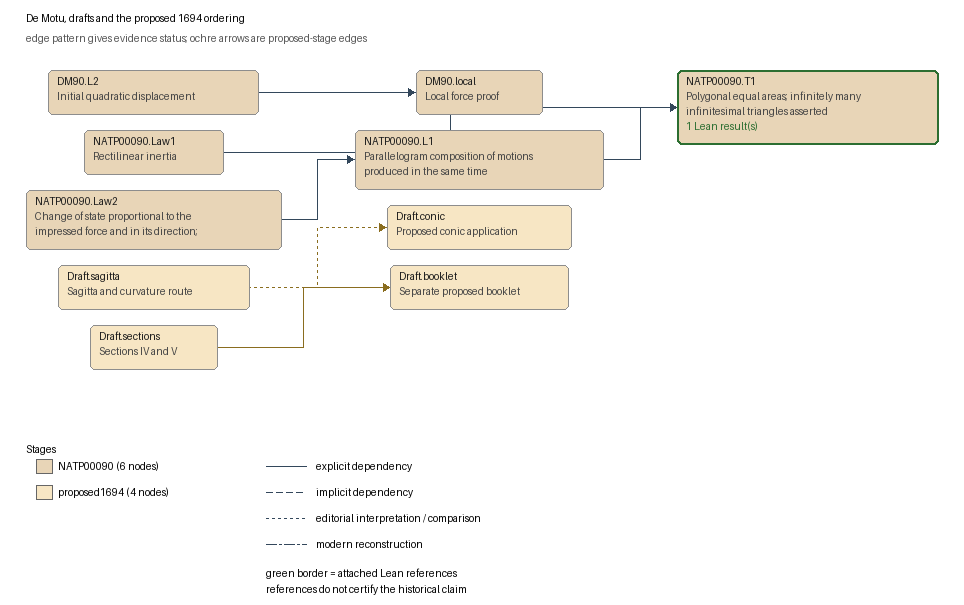
This is docs/graphs/proof-drafts.png from arivero/newtonlean, a Graphviz export, as it was before one commit. Its source is kept beside it as docs/graphs/proof-drafts.dot. Source of this version:
```dot
digraph proof-drafts {
  rankdir=LR;
  node [shape=box, style="rounded,filled"];
  "DM90.L2" [label="DM90.L2\nInitial quadratic displacement", fillcolor="#e8d5b7", color="#8d8d8d", penwidth=1];
  "DM90.local" [label="DM90.local\nLocal force proof", fillcolor="#e8d5b7", color="#8d8d8d", penwidth=1];
  "Draft.booklet" [label="Draft.booklet\nSeparate proposed booklet", fillcolor="#f7e6c4", color="#8d8d8d", penwidth=1];
  "Draft.conic" [label="Draft.conic\nProposed conic application", fillcolor="#f7e6c4", color="#8d8d8d", penwidth=1];
  "Draft.sagitta" [label="Draft.sagitta\nSagitta and curvature route", fillcolor="#f7e6c4", color="#8d8d8d", penwidth=1];
  "Draft.sections" [label="Draft.sections\nSections IV and V", fillcolor="#f7e6c4", color="#8d8d8d", penwidth=1];
  "NATP00090.L1" [label="NATP00090.L1\nParallelogram composition of motions\nproduced in the same time", fillcolor="#e8d5b7", color="#8d8d8d", penwidth=1];
  "NATP00090.Law1" [label="NATP00090.Law1\nRectilinear inertia", fillcolor="#e8d5b7", color="#8d8d8d", penwidth=1];
  "NATP00090.Law2" [label="NATP00090.Law2\nChange of state proportional to the\nimpressed force and in its direction;", fillcolor="#e8d5b7", color="#8d8d8d", penwidth=1];
  "NATP00090.T1" [label="NATP00090.T1\nPolygonal equal areas; infinitely many\ninfinitesimal triangles asserted\n1 Lean result(s)", fillcolor="#e8d5b7", color="#2c6e31", penwidth=2];
  "NATP00090.Law1" -> "NATP00090.T1" [style=solid, label="proof dependency: explicit_dependency", fontsize=9];
  "NATP00090.L1" -> "NATP00090.T1" [style=solid, label="proof dependency: explicit_dependency", fontsize=9];
  "DM90.L2" -> "DM90.local" [style=solid, label="proof dependency: explicit_dependency", fontsize=9];
  "NATP00090.Law2" -> "NATP00090.L1" [style=solid, label="proof dependency: explicit_dependency", fontsize=9];
  "Draft.sections" -> "Draft.booklet" [style=solid, label="proposed reordering: explicit_dependency", fontsize=9];
  "Draft.sagitta" -> "Draft.conic" [style=dotted, label="proposed dependency: editorial_interpretation", fontsize=9];
}
```
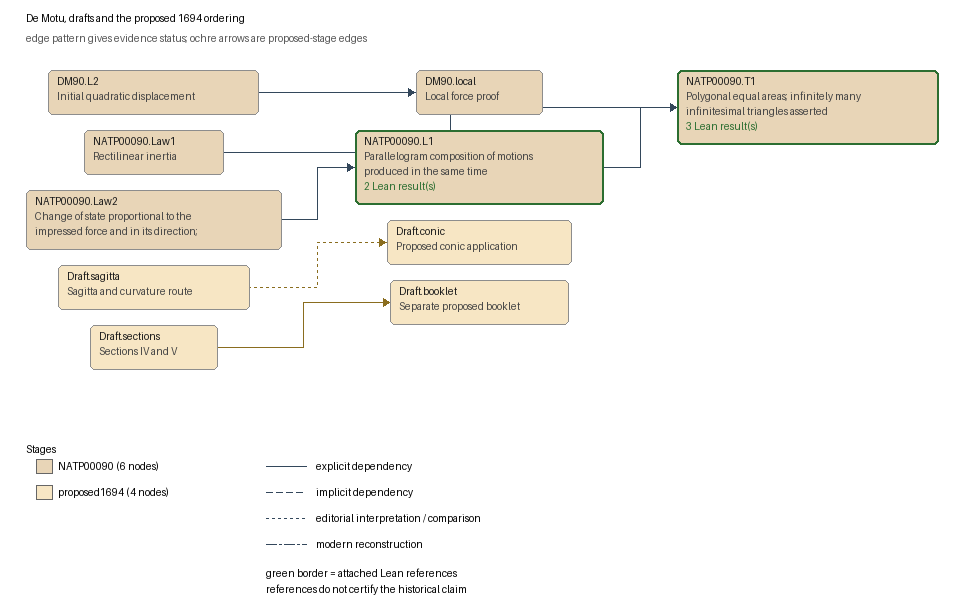
After the commit.

What changed in the source:
```diff
@@ -7,10 +7,10 @@
   "Draft.conic" [label="Draft.conic\nProposed conic application", fillcolor="#f7e6c4", color="#8d8d8d", penwidth=1];
   "Draft.sagitta" [label="Draft.sagitta\nSagitta and curvature route", fillcolor="#f7e6c4", color="#8d8d8d", penwidth=1];
   "Draft.sections" [label="Draft.sections\nSections IV and V", fillcolor="#f7e6c4", color="#8d8d8d", penwidth=1];
-  "NATP00090.L1" [label="NATP00090.L1\nParallelogram composition of motions\nproduced in the same time", fillcolor="#e8d5b7", color="#8d8d8d", penwidth=1];
+  "NATP00090.L1" [label="NATP00090.L1\nParallelogram composition of motions\nproduced in the same time\n2 Lean result(s)", fillcolor="#e8d5b7", color="#2c6e31", penwidth=2];
   "NATP00090.Law1" [label="NATP00090.Law1\nRectilinear inertia", fillcolor="#e8d5b7", color="#8d8d8d", penwidth=1];
   "NATP00090.Law2" [label="NATP00090.Law2\nChange of state proportional to the\nimpressed force and in its direction;", fillcolor="#e8d5b7", color="#8d8d8d", penwidth=1];
-  "NATP00090.T1" [label="NATP00090.T1\nPolygonal equal areas; infinitely many\ninfinitesimal triangles asserted\n1 Lean result(s)", fillcolor="#e8d5b7", color="#2c6e31", penwidth=2];
+  "NATP00090.T1" [label="NATP00090.T1\nPolygonal equal areas; infinitely many\ninfinitesimal triangles asserted\n3 Lean result(s)", fillcolor="#e8d5b7", color="#2c6e31", penwidth=2];
   "NATP00090.Law1" -> "NATP00090.T1" [style=solid, label="proof dependency: explicit_dependency", fontsize=9];
   "NATP00090.L1" -> "NATP00090.T1" [style=solid, label="proof dependency: explicit_dependency", fontsize=9];
   "DM90.L2" -> "DM90.local" [style=solid, label="proof dependency: explicit_dependency", fontsize=9];
```
